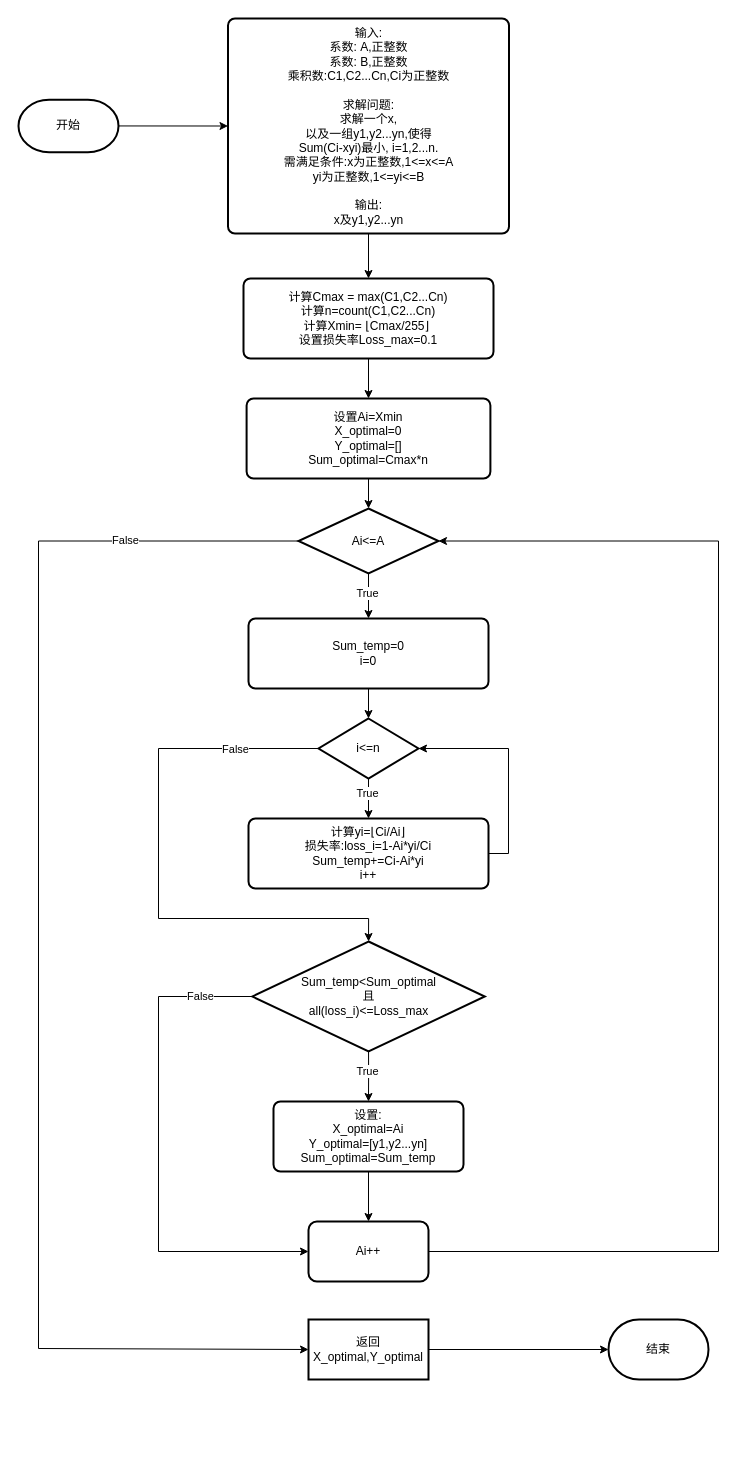
This is 未命名绘图.drawio from 278530283/docs, a draw.io file, before an edit. Source tidied: cells renumbered, new cells numbered last; positions are measured from the earlier drawing's top-left corner, leaving out a move shared by most shapes. Both pictures are drawn from the tidied source at 100%, with x=0, y=0 at pixel (18, 18).
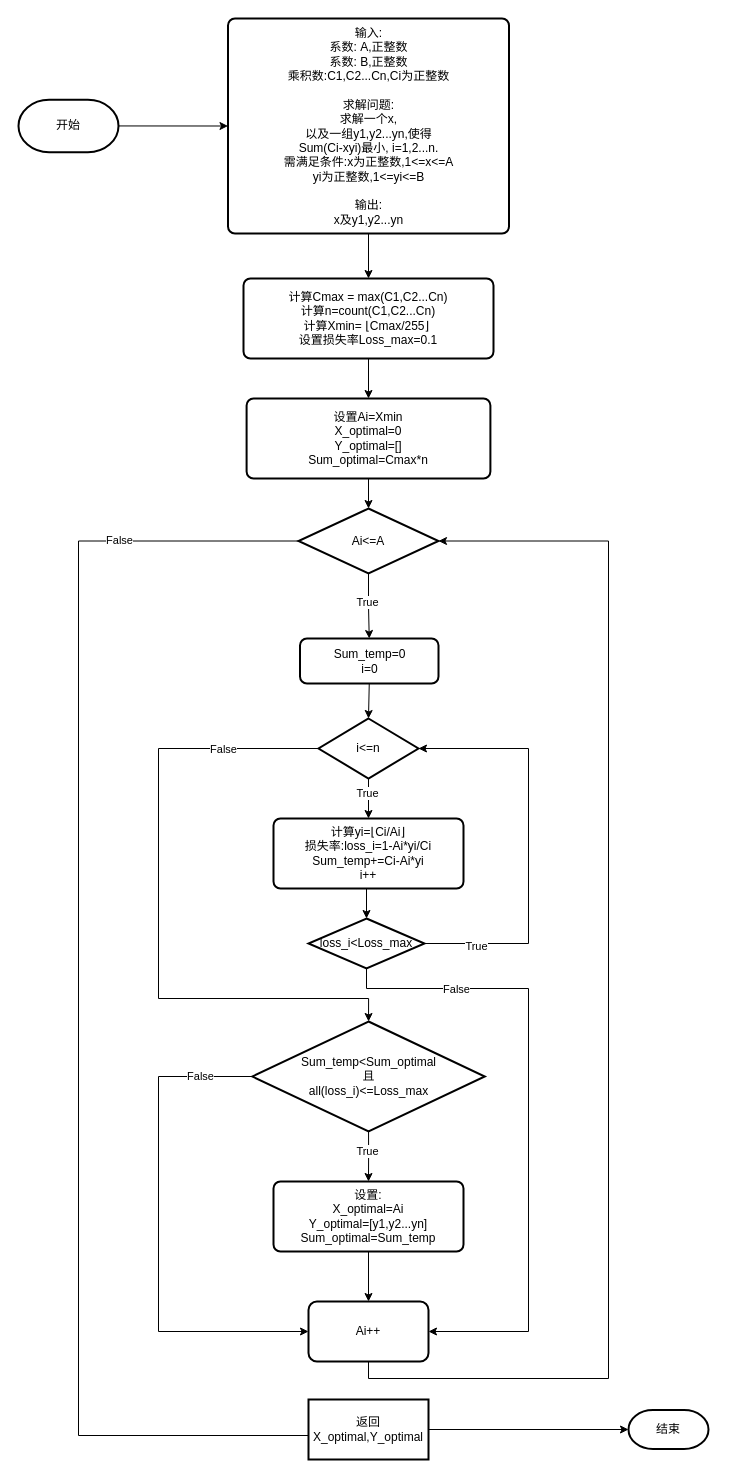
After the change.

Commit message:
更新未命名绘图.drawio

Unchanged cells that the change refers to:
```xml
<mxCell id="14" value="Ai&amp;lt;=A" style="strokeWidth=2;html=1;shape=mxgraph.flowchart.decision;whiteSpace=wrap;" parent="1" vertex="1">
  <mxGeometry x="280" y="490" width="140" height="65" as="geometry" />
</mxCell>
<mxCell id="33" value="i&amp;lt;=n" style="strokeWidth=2;html=1;shape=mxgraph.flowchart.decision;whiteSpace=wrap;" parent="1" vertex="1">
  <mxGeometry x="300" y="700" width="100" height="60" as="geometry" />
</mxCell>
```

What changed in the source:
```diff
@@
-    <mxCell id="10" style="edgeStyle=orthogonalEdgeStyle;rounded=0;jettySize=auto;html=1;entryX=0;entryY=0.5;entryDx=0;entryDy=0;" parent="1" edge="1" source="14" target="27">
+    <mxCell id="10" style="edgeStyle=orthogonalEdgeStyle;rounded=0;jettySize=auto;html=1;entryX=0;entryY=0.5;entryDx=0;entryDy=0;exitX=0;exitY=0.5;exitDx=0;exitDy=0;exitPerimeter=0;" parent="1" edge="1" source="14">
       <mxGeometry relative="1" as="geometry">
+        <mxPoint x="330" y="1418.5" as="targetPoint" />
         <Array as="points">
-          <mxPoint x="20" y="523" />
-          <mxPoint x="20" y="1330" />
-          <mxPoint x="290" y="1330" />
+          <mxPoint x="60" y="523" />
+          <mxPoint x="60" y="1417" />
+          <mxPoint x="330" y="1417" />
         </Array>
       </mxGeometry>
     </mxCell>
@@
     <mxCell id="16" value="Sum_temp=0&lt;br&gt;i=0" style="rounded=1;whiteSpace=wrap;html=1;absoluteArcSize=1;arcSize=14;strokeWidth=2;" parent="1" vertex="1">
-      <mxGeometry x="230" y="600" width="240" height="70" as="geometry" />
+      <mxGeometry x="281.5" y="620" width="138.5" height="45" as="geometry" />
     </mxCell>
@@
     <mxCell id="19" style="edgeStyle=orthogonalEdgeStyle;rounded=0;jettySize=auto;html=1;exitX=0;exitY=0.5;exitDx=0;exitDy=0;exitPerimeter=0;entryX=0;entryY=0.5;entryDx=0;entryDy=0;" parent="1" edge="1" source="21" target="25">
       <mxGeometry relative="1" as="geometry">
         <Array as="points">
-          <mxPoint x="140" y="978" />
-          <mxPoint x="140" y="1233" />
+          <mxPoint x="140" y="1058" />
+          <mxPoint x="140" y="1313" />
         </Array>
       </mxGeometry>
     </mxCell>
@@
     <mxCell id="21" value="Sum_temp&amp;lt;Sum_optimal&lt;br&gt;且&lt;br&gt;all(loss_i)&amp;lt;=Loss_max" style="strokeWidth=2;html=1;shape=mxgraph.flowchart.decision;whiteSpace=wrap;" parent="1" vertex="1">
-      <mxGeometry x="233.8" y="923" width="232.5" height="110" as="geometry" />
+      <mxGeometry x="233.8" y="1003" width="232.5" height="110" as="geometry" />
     </mxCell>
@@
     <mxCell id="23" value="设置:&lt;br&gt;X_optimal=Ai&lt;br&gt;Y_optimal=[y1,y2...yn]&lt;br&gt;Sum_optimal=Sum_temp" style="rounded=1;whiteSpace=wrap;html=1;absoluteArcSize=1;arcSize=14;strokeWidth=2;" parent="1" vertex="1">
-      <mxGeometry x="255" y="1083" width="190" height="70" as="geometry" />
+      <mxGeometry x="255" y="1163" width="190" height="70" as="geometry" />
     </mxCell>
-    <mxCell id="24" style="edgeStyle=orthogonalEdgeStyle;rounded=0;jettySize=auto;html=1;exitX=1;exitY=0.5;exitDx=0;exitDy=0;entryX=1;entryY=0.5;entryDx=0;entryDy=0;entryPerimeter=0;" parent="1" edge="1" source="25" target="14">
+    <mxCell id="24" style="edgeStyle=orthogonalEdgeStyle;rounded=0;jettySize=auto;html=1;entryX=1;entryY=0.5;entryDx=0;entryDy=0;entryPerimeter=0;exitX=0.5;exitY=1;exitDx=0;exitDy=0;" parent="1" edge="1" source="25" target="14">
       <mxGeometry relative="1" as="geometry">
         <Array as="points">
-          <mxPoint x="700" y="1233" />
-          <mxPoint x="700" y="523" />
+          <mxPoint x="350" y="1360" />
+          <mxPoint x="590" y="1360" />
+          <mxPoint x="590" y="523" />
         </Array>
       </mxGeometry>
     </mxCell>
     <mxCell id="25" value="Ai++" style="whiteSpace=wrap;html=1;rounded=1;arcSize=14;strokeWidth=2;" parent="1" vertex="1">
-      <mxGeometry x="290" y="1203" width="120" height="60" as="geometry" />
+      <mxGeometry x="290" y="1283" width="120" height="60" as="geometry" />
     </mxCell>
@@
     <mxCell id="27" value="返回 X_optimal,Y_optimal" style="whiteSpace=wrap;html=1;strokeWidth=2;" parent="1" vertex="1">
-      <mxGeometry x="290" y="1301" width="120" height="60" as="geometry" />
+      <mxGeometry x="290" y="1381" width="120" height="60" as="geometry" />
     </mxCell>
     <mxCell id="28" value="结束" style="strokeWidth=2;html=1;shape=mxgraph.flowchart.terminator;whiteSpace=wrap;" parent="1" vertex="1">
-      <mxGeometry x="590" y="1301" width="100" height="60" as="geometry" />
+      <mxGeometry x="610" y="1391.5" width="80" height="39" as="geometry" />
     </mxCell>
     <mxCell id="29" style="edgeStyle=orthogonalEdgeStyle;rounded=0;jettySize=auto;html=1;exitX=0;exitY=0.5;exitDx=0;exitDy=0;exitPerimeter=0;entryX=0.5;entryY=0;entryDx=0;entryDy=0;entryPerimeter=0;" parent="1" edge="1" source="33" target="21">
       <mxGeometry relative="1" as="geometry">
         <Array as="points">
           <mxPoint x="140" y="730" />
-          <mxPoint x="140" y="900" />
-          <mxPoint x="350" y="900" />
+          <mxPoint x="140" y="980" />
+          <mxPoint x="350" y="980" />
         </Array>
       </mxGeometry>
     </mxCell>
@@
-    <mxCell id="34" style="edgeStyle=orthogonalEdgeStyle;rounded=0;jettySize=auto;html=1;exitX=1;exitY=0.5;exitDx=0;exitDy=0;entryX=1;entryY=0.5;entryDx=0;entryDy=0;entryPerimeter=0;" parent="1" edge="1" source="35" target="33">
-      <mxGeometry relative="1" as="geometry" />
+    <mxCell id="34" style="edgeStyle=orthogonalEdgeStyle;rounded=0;jettySize=auto;html=1;exitX=1;exitY=0.5;exitDx=0;exitDy=0;entryX=1;entryY=0.5;entryDx=0;entryDy=0;entryPerimeter=0;exitPerimeter=0;" parent="1" edge="1" source="40" target="33">
+      <mxGeometry relative="1" as="geometry">
+        <Array as="points">
+          <mxPoint x="510" y="925" />
+          <mxPoint x="510" y="730" />
+        </Array>
+      </mxGeometry>
     </mxCell>
+    <mxCell id="36" value="True" style="edgeLabel;html=1;align=center;verticalAlign=middle;" parent="34" vertex="1">
+      <mxGeometry x="-0.75" y="-2" relative="1" as="geometry" />
+    </mxCell>
+    <mxCell id="37" style="edgeStyle=orthogonalEdgeStyle;rounded=0;jettySize=auto;html=1;exitX=0.5;exitY=1;exitDx=0;exitDy=0;entryX=0.5;entryY=0;entryDx=0;entryDy=0;entryPerimeter=0;" parent="1" edge="1" source="35" target="40">
+      <mxGeometry relative="1" as="geometry" />
+    </mxCell>
     <mxCell id="35" value="计算yi=⌊Ci/Ai⌋&lt;br&gt;损失率:loss_i=1-Ai*yi/Ci&lt;br&gt;Sum_temp+=Ci-Ai*yi&lt;br&gt;i++" style="rounded=1;whiteSpace=wrap;html=1;absoluteArcSize=1;arcSize=14;strokeWidth=2;" parent="1" vertex="1">
-      <mxGeometry x="230" y="800" width="240" height="70" as="geometry" />
+      <mxGeometry x="255" y="800" width="190" height="70" as="geometry" />
     </mxCell>
+    <mxCell id="38" style="edgeStyle=orthogonalEdgeStyle;rounded=0;jettySize=auto;html=1;exitX=0.5;exitY=1;exitDx=0;exitDy=0;exitPerimeter=0;entryX=1;entryY=0.5;entryDx=0;entryDy=0;" parent="1" edge="1" source="40" target="25">
+      <mxGeometry relative="1" as="geometry">
+        <Array as="points">
+          <mxPoint x="348" y="970" />
+          <mxPoint x="510" y="970" />
+          <mxPoint x="510" y="1313" />
+        </Array>
+      </mxGeometry>
+    </mxCell>
+    <mxCell id="39" value="False" style="edgeLabel;html=1;align=center;verticalAlign=middle;" parent="38" vertex="1">
+      <mxGeometry x="-0.65" relative="1" as="geometry" />
+    </mxCell>
+    <mxCell id="40" value="loss_i&amp;lt;Loss_max" style="strokeWidth=2;html=1;shape=mxgraph.flowchart.decision;whiteSpace=wrap;" parent="1" vertex="1">
+      <mxGeometry x="290" y="900" width="116" height="50" as="geometry" />
+    </mxCell>
```
